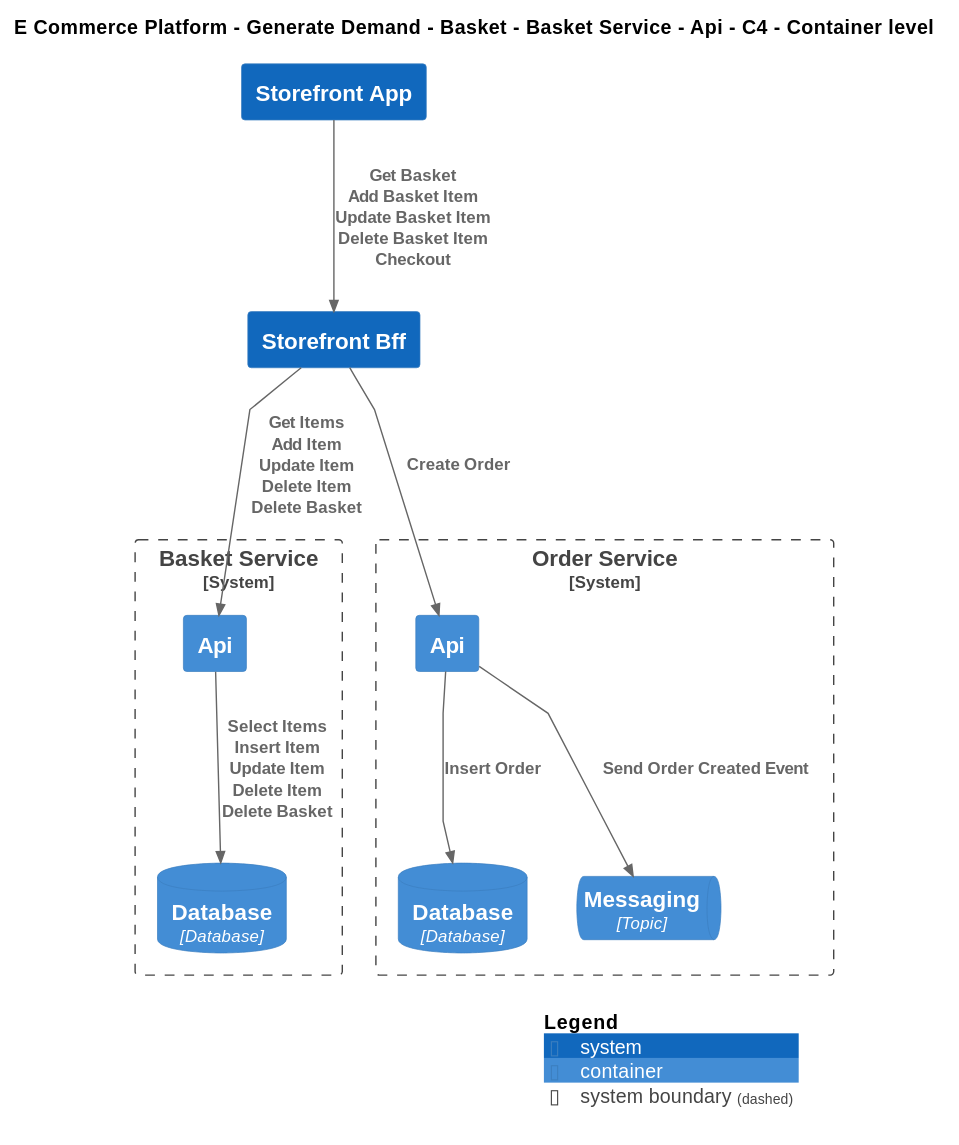
The PlantUML diagram Samples/E-Commerce Platform/Yaml/Diagrams/E Commerce Platform/Views/Apis/Generate Demand/Basket/Software Systems/Basket Service/Containers/Api/Container - C4.svg in mnadenysenko/C4InterFlow, before a commit. Its diagram source:
```plantuml
@startuml
!include ..\..\..\..\..\..\..\..\..\.c4s\C4_Container.puml

AddElementTag("c4interflow:lifecycle:new", $bgColor=green, $fontColor=#ffffff, $borderColor=green, $shadowing="False")
AddElementTag("c4interflow:lifecycle:changed", $bgColor=orange, $fontColor=#ffffff, $borderColor=orange, $shadowing="False")
AddElementTag("c4interflow:lifecycle:removed", $bgColor=red, $fontColor=#ffffff, $borderColor=red, $shadowing="False")

AddRelTag("c4interflow:lifecycle:new", $textColor=green, $lineColor=green)
AddRelTag("c4interflow:lifecycle:changed", $textColor=orange, $lineColor=orange)
AddRelTag("c4interflow:lifecycle:removed", $textColor=red, $lineColor=red)

SHOW_PERSON_PORTRAIT()
LAYOUT_TOP_DOWN()

skinparam linetype polyline

title E Commerce Platform - Generate Demand - Basket - Basket Service - Api - C4 - Container level

System(ECommercePlatform.GenerateDemand.Storefront.SoftwareSystems.StorefrontApp, "Storefront App", "")
System(ECommercePlatform.GenerateDemand.Storefront.SoftwareSystems.StorefrontBff, "Storefront Bff", "")

System_Boundary(ECommercePlatform.GenerateDemand.Basket.SoftwareSystems.BasketService, "Basket Service") {
    Container(ECommercePlatform.GenerateDemand.Basket.SoftwareSystems.BasketService.Containers.Api, "Api", "", "")
    ContainerDb(ECommercePlatform.GenerateDemand.Basket.SoftwareSystems.BasketService.Containers.Database, "Database", "Database", "")
}

System_Boundary(ECommercePlatform.GenerateDemand.OrderManagement.SoftwareSystems.OrderService, "Order Service") {
    Container(ECommercePlatform.GenerateDemand.OrderManagement.SoftwareSystems.OrderService.Containers.Api, "Api", "", "")
    ContainerDb(ECommercePlatform.GenerateDemand.OrderManagement.SoftwareSystems.OrderService.Containers.Database, "Database", "Database", "")
    ContainerQueue(ECommercePlatform.GenerateDemand.OrderManagement.SoftwareSystems.OrderService.Containers.Messaging, "Messaging", "Topic", "")
}

Rel(ECommercePlatform.GenerateDemand.Storefront.SoftwareSystems.StorefrontApp, ECommercePlatform.GenerateDemand.Storefront.SoftwareSystems.StorefrontBff, "Get Basket\nAdd Basket Item\nUpdate Basket Item\nDelete Basket Item\nCheckout")
Rel(ECommercePlatform.GenerateDemand.Storefront.SoftwareSystems.StorefrontBff, ECommercePlatform.GenerateDemand.Basket.SoftwareSystems.BasketService.Containers.Api, "Get Items\nAdd Item\nUpdate Item\nDelete Item\nDelete Basket")
Rel(ECommercePlatform.GenerateDemand.Basket.SoftwareSystems.BasketService.Containers.Api, ECommercePlatform.GenerateDemand.Basket.SoftwareSystems.BasketService.Containers.Database, "Select Items\nInsert Item\nUpdate Item\nDelete Item\nDelete Basket")
Rel(ECommercePlatform.GenerateDemand.Storefront.SoftwareSystems.StorefrontBff, ECommercePlatform.GenerateDemand.OrderManagement.SoftwareSystems.OrderService.Containers.Api, "Create Order")
Rel(ECommercePlatform.GenerateDemand.OrderManagement.SoftwareSystems.OrderService.Containers.Api, ECommercePlatform.GenerateDemand.OrderManagement.SoftwareSystems.OrderService.Containers.Database, "Insert Order")
Rel(ECommercePlatform.GenerateDemand.OrderManagement.SoftwareSystems.OrderService.Containers.Api, ECommercePlatform.GenerateDemand.OrderManagement.SoftwareSystems.OrderService.Containers.Messaging, "Send Order Created Event")


SHOW_LEGEND()
@enduml
```
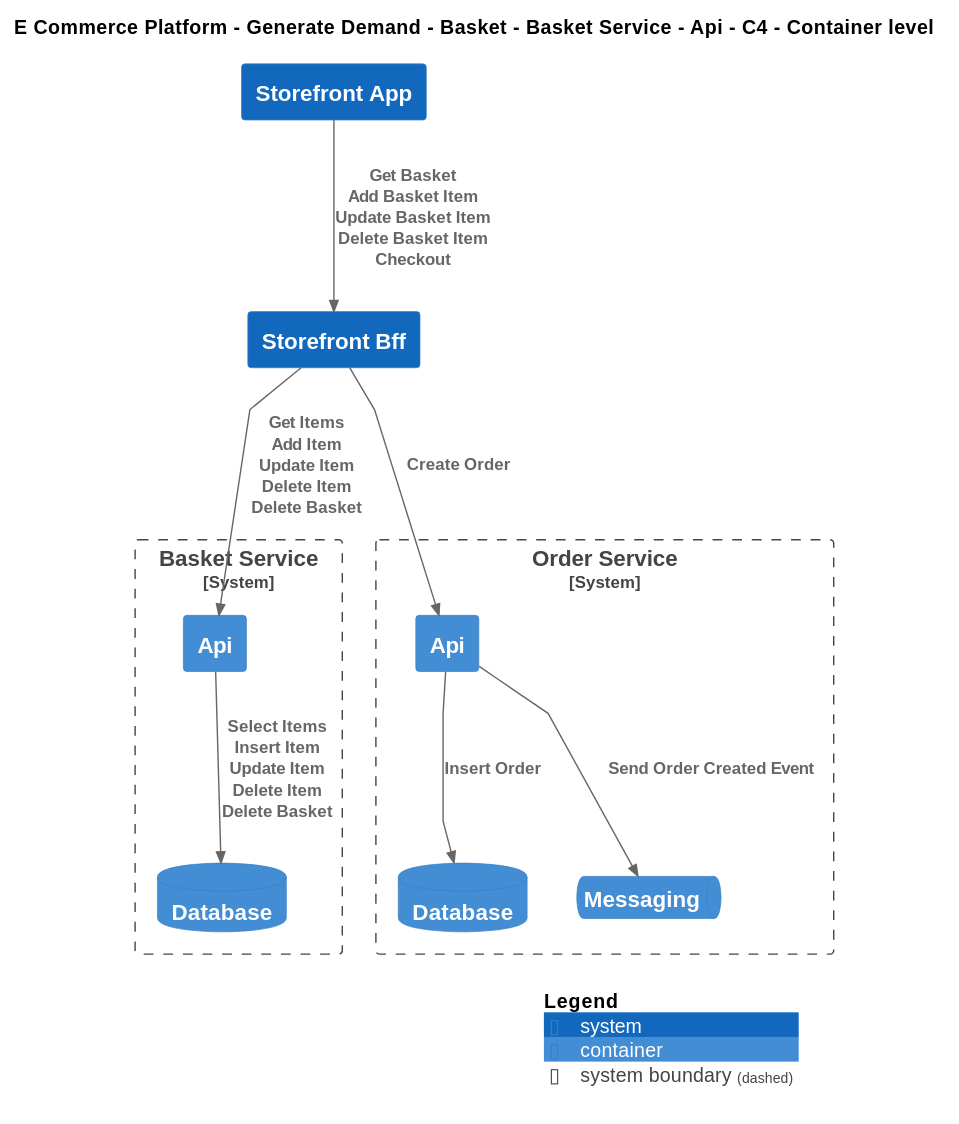
After the commit.

Change to the diagram source:
```diff
@@ -21,13 +21,13 @@
 
 System_Boundary(ECommercePlatform.GenerateDemand.Basket.SoftwareSystems.BasketService, "Basket Service") {
     Container(ECommercePlatform.GenerateDemand.Basket.SoftwareSystems.BasketService.Containers.Api, "Api", "", "")
-    ContainerDb(ECommercePlatform.GenerateDemand.Basket.SoftwareSystems.BasketService.Containers.Database, "Database", "Database", "")
+    ContainerDb(ECommercePlatform.GenerateDemand.Basket.SoftwareSystems.BasketService.Containers.Database, "Database", "", "")
 }
 
 System_Boundary(ECommercePlatform.GenerateDemand.OrderManagement.SoftwareSystems.OrderService, "Order Service") {
     Container(ECommercePlatform.GenerateDemand.OrderManagement.SoftwareSystems.OrderService.Containers.Api, "Api", "", "")
-    ContainerDb(ECommercePlatform.GenerateDemand.OrderManagement.SoftwareSystems.OrderService.Containers.Database, "Database", "Database", "")
-    ContainerQueue(ECommercePlatform.GenerateDemand.OrderManagement.SoftwareSystems.OrderService.Containers.Messaging, "Messaging", "Topic", "")
+    ContainerDb(ECommercePlatform.GenerateDemand.OrderManagement.SoftwareSystems.OrderService.Containers.Database, "Database", "", "")
+    ContainerQueue(ECommercePlatform.GenerateDemand.OrderManagement.SoftwareSystems.OrderService.Containers.Messaging, "Messaging", "", "")
 }
 
 Rel(ECommercePlatform.GenerateDemand.Storefront.SoftwareSystems.StorefrontApp, ECommercePlatform.GenerateDemand.Storefront.SoftwareSystems.StorefrontBff, "Get Basket\nAdd Basket Item\nUpdate Basket Item\nDelete Basket Item\nCheckout")
```
